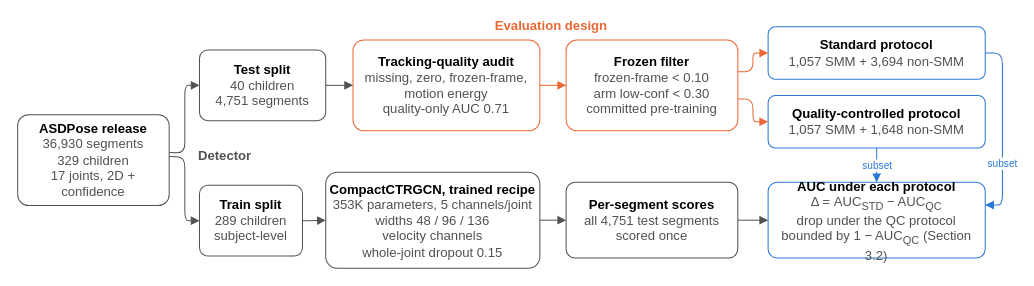
Before: results/diagrams/safe_smm_pipeline.drawio in skrpandey/asdpose-smm-detection, a draw.io diagram. Source tidied: cells renumbered, new cells numbered last; positions are measured from the earlier drawing's top-left corner, leaving out a move shared by most shapes. Both pictures are drawn from the tidied source at 101%, with x=0, y=0 at pixel (17, 17).
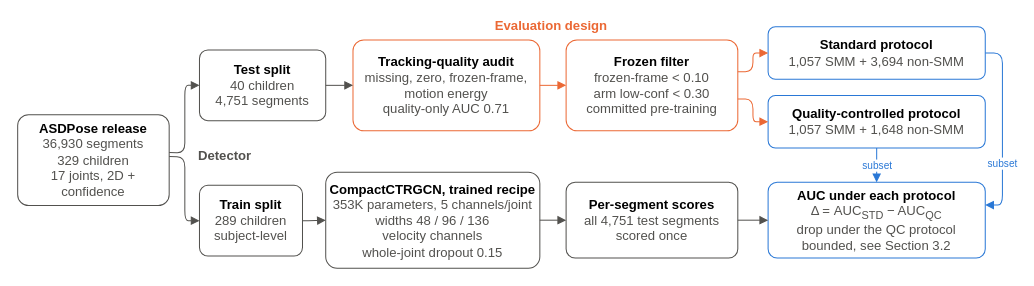
Above is the later version.

Commit message:
Pipeline diagram: shorter Delta box text

Diff of the diagram source:
```diff
@@
-    <mxCell id="13" value="&lt;b&gt;AUC under each protocol&lt;/b&gt;&lt;br&gt;&lt;font color=&quot;#52514e&quot;&gt;Δ = AUC&lt;sub&gt;STD&lt;/sub&gt; − AUC&lt;sub&gt;QC&lt;/sub&gt;&lt;br&gt;drop under the QC protocol&lt;br&gt;bounded by 1 − AUC&lt;sub&gt;QC&lt;/sub&gt; (Section 3.2)&lt;/font&gt;" style="rounded=1;arcSize=12;whiteSpace=wrap;html=1;fillColor=#ffffff;strokeColor=#2a78d6;fontSize=13;spacing=4;" parent="1" vertex="1">
+    <mxCell id="13" value="&lt;b&gt;AUC under each protocol&lt;/b&gt;&lt;br&gt;&lt;font color=&quot;#52514e&quot;&gt;Δ = AUC&lt;sub&gt;STD&lt;/sub&gt; − AUC&lt;sub&gt;QC&lt;/sub&gt;&lt;br&gt;drop under the QC protocol&lt;br&gt;bounded, see Section 3.2&lt;/font&gt;" style="rounded=1;arcSize=12;whiteSpace=wrap;html=1;fillColor=#ffffff;strokeColor=#2a78d6;fontSize=13;spacing=4;" parent="1" vertex="1">
       <mxGeometry x="743" y="163" width="215" height="75" as="geometry" />
     </mxCell>
```
